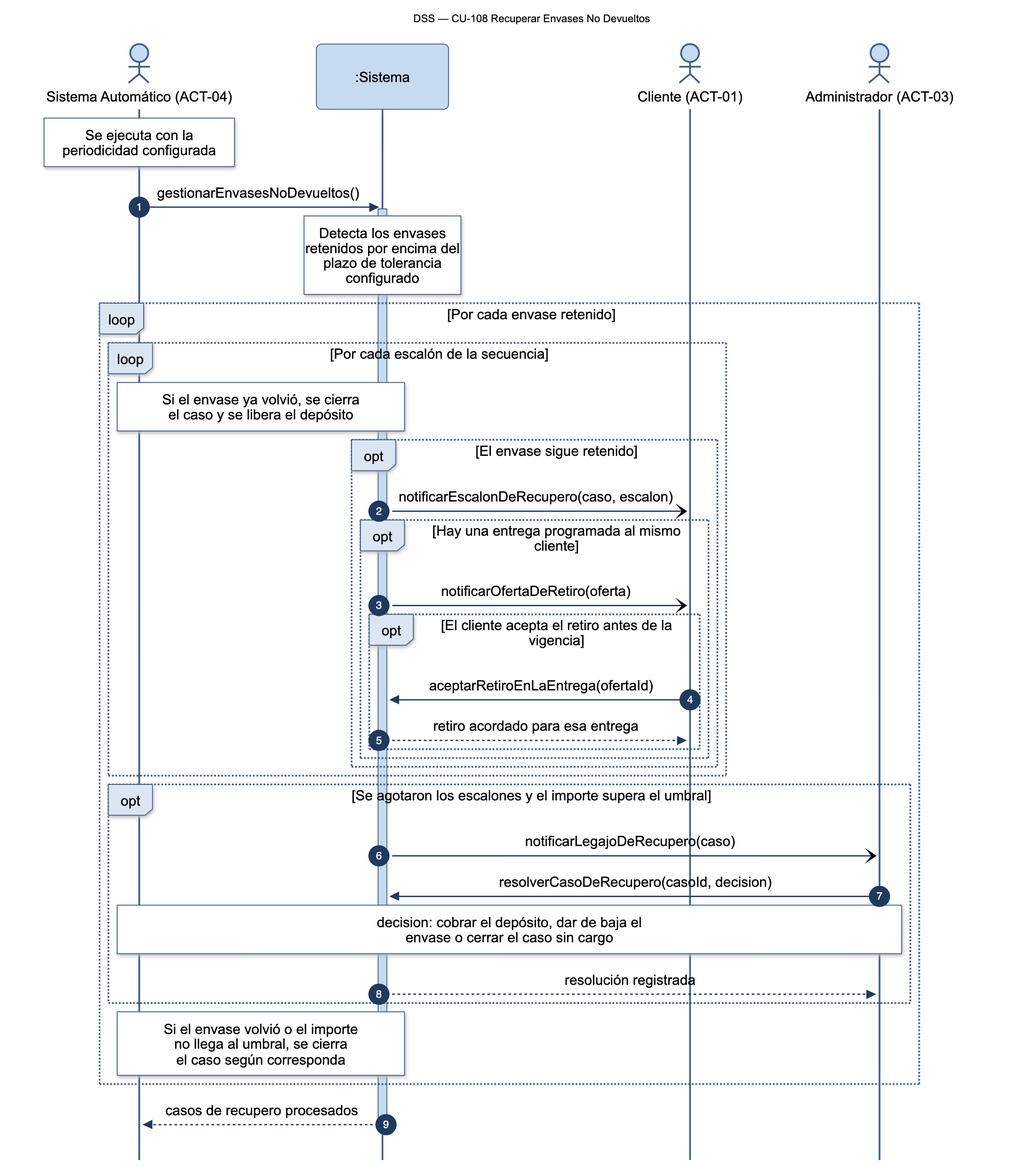
Earlier version of the Mermaid export diagramas/png/DSS_CU-108_Recuperar-Envases-No-Devueltos.png (Nahuelito-Dev/splg-docs). Its source is kept beside it as diagramas/DSS_CU-108_Recuperar-Envases-No-Devueltos.mmd.
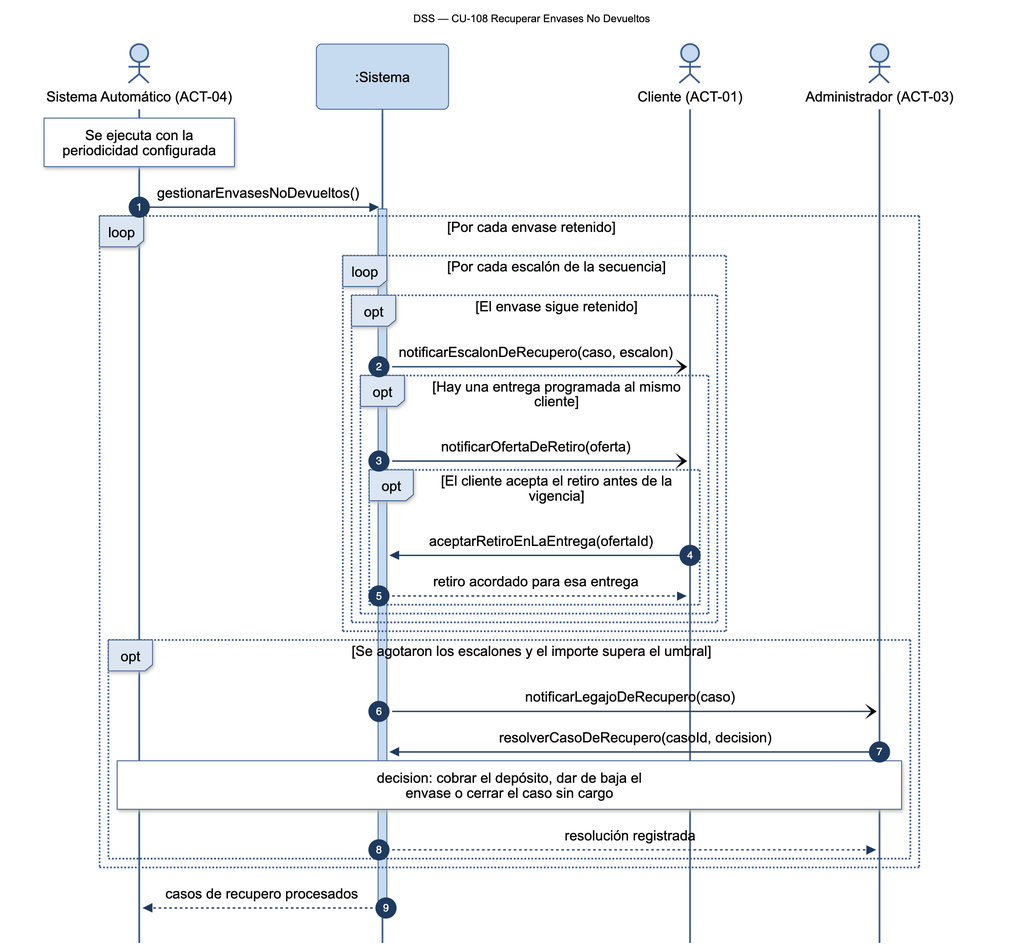
After the commit.

Diff of the diagram source:
```diff
@@ -9,11 +9,9 @@
     Note over SAU: Se ejecuta con la<br/>periodicidad configurada
     SAU->>SIS: gestionarEnvasesNoDevueltos()
     activate SIS
-    Note over SIS: Detecta los envases<br/>retenidos por encima del<br/>plazo de tolerancia<br/>configurado
 
     loop Por cada envase retenido
         loop Por cada escalón de la secuencia
-            Note over SAU,SIS: Si el envase ya volvió, se cierra<br/>el caso y se libera el depósito
             opt El envase sigue retenido
                 SIS-)CLI: notificarEscalonDeRecupero(caso, escalon)
                 opt Hay una entrega programada al mismo cliente
@@ -32,7 +30,6 @@
             Note over SAU,ADM: decision: cobrar el depósito, dar de baja el<br/>envase o cerrar el caso sin cargo
             SIS-->>ADM: resolución registrada
         end
-        Note over SAU,SIS: Si el envase volvió o el importe<br/>no llega al umbral, se cierra<br/>el caso según corresponda
     end
     SIS-->>SAU: casos de recupero procesados
     deactivate SIS
```
